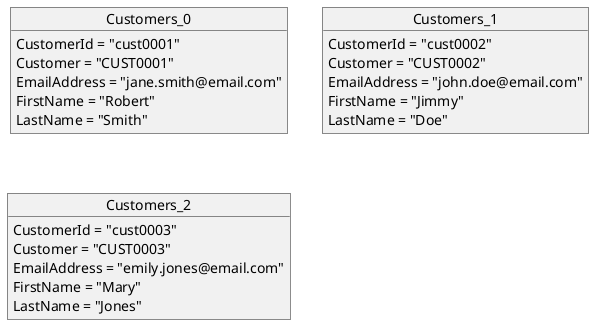
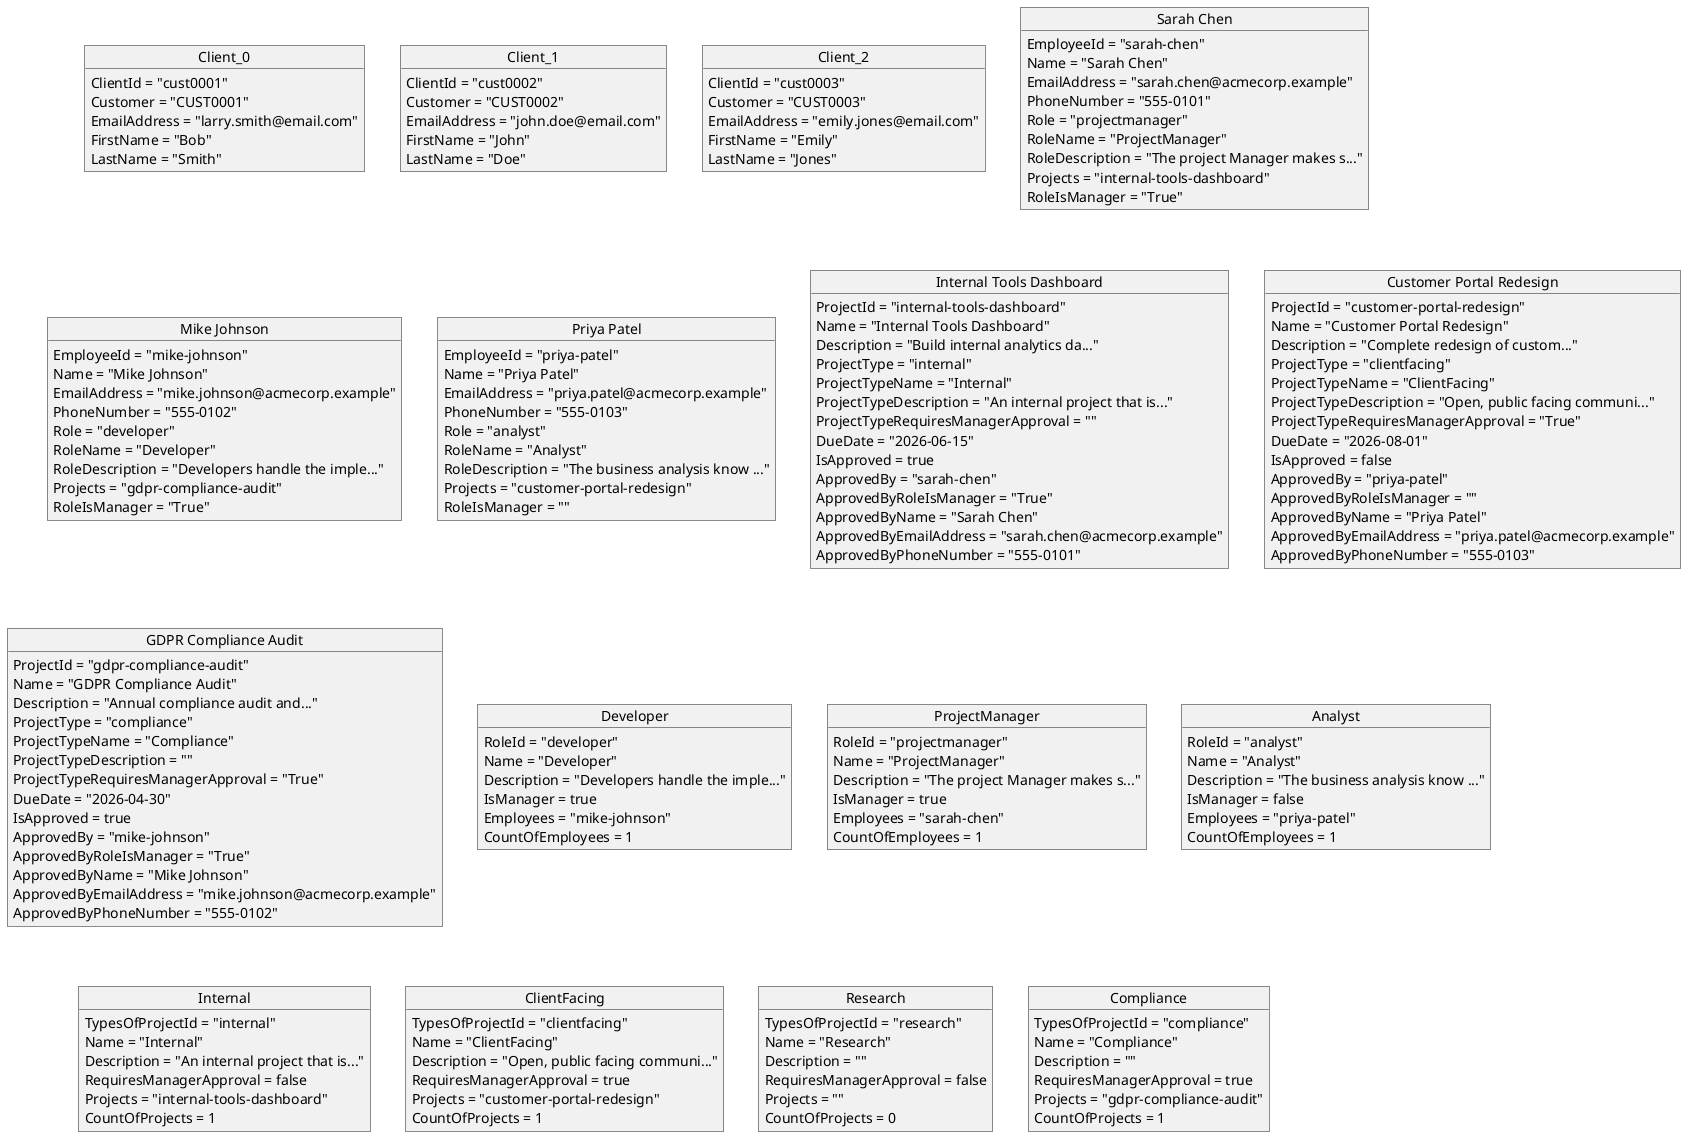
@startuml

- object "Customers_0" as Customers_0 {
-   CustomerId = "cust0001"
+ object "Client_0" as Client_0 {
+   ClientId = "cust0001"
  Customer = "CUST0001"
-   EmailAddress = "jane.smith@email.com"
-   FirstName = "Robert"
+   EmailAddress = "larry.smith@email.com"
+   FirstName = "Bob"
  LastName = "Smith"
}

- object "Customers_1" as Customers_1 {
-   CustomerId = "cust0002"
+ object "Client_1" as Client_1 {
+   ClientId = "cust0002"
  Customer = "CUST0002"
  EmailAddress = "john.doe@email.com"
-   FirstName = "Jimmy"
+   FirstName = "John"
  LastName = "Doe"
}

- object "Customers_2" as Customers_2 {
-   CustomerId = "cust0003"
+ object "Client_2" as Client_2 {
+   ClientId = "cust0003"
  Customer = "CUST0003"
  EmailAddress = "emily.jones@email.com"
-   FirstName = "Mary"
+   FirstName = "Emily"
  LastName = "Jones"
}

+ object "Sarah Chen" as Employees_0 {
+   EmployeeId = "sarah-chen"
+   Name = "Sarah Chen"
+   EmailAddress = "sarah.chen@acmecorp.example"
+   PhoneNumber = "555-0101"
+   Role = "projectmanager"
+   RoleName = "ProjectManager"
+   RoleDescription = "The project Manager makes s..."
+   Projects = "internal-tools-dashboard"
+   RoleIsManager = "True"
+ }
+ 
+ object "Mike Johnson" as Employees_1 {
+   EmployeeId = "mike-johnson"
+   Name = "Mike Johnson"
+   EmailAddress = "mike.johnson@acmecorp.example"
+   PhoneNumber = "555-0102"
+   Role = "developer"
+   RoleName = "Developer"
+   RoleDescription = "Developers handle the imple..."
+   Projects = "gdpr-compliance-audit"
+   RoleIsManager = "True"
+ }
+ 
+ object "Priya Patel" as Employees_2 {
+   EmployeeId = "priya-patel"
+   Name = "Priya Patel"
+   EmailAddress = "priya.patel@acmecorp.example"
+   PhoneNumber = "555-0103"
+   Role = "analyst"
+   RoleName = "Analyst"
+   RoleDescription = "The business analysis know ..."
+   Projects = "customer-portal-redesign"
+   RoleIsManager = ""
+ }
+ 
+ object "Internal Tools Dashboard" as Projects_0 {
+   ProjectId = "internal-tools-dashboard"
+   Name = "Internal Tools Dashboard"
+   Description = "Build internal analytics da..."
+   ProjectType = "internal"
+   ProjectTypeName = "Internal"
+   ProjectTypeDescription = "An internal project that is..."
+   ProjectTypeRequiresManagerApproval = ""
+   DueDate = "2026-06-15"
+   IsApproved = true
+   ApprovedBy = "sarah-chen"
+   ApprovedByRoleIsManager = "True"
+   ApprovedByName = "Sarah Chen"
+   ApprovedByEmailAddress = "sarah.chen@acmecorp.example"
+   ApprovedByPhoneNumber = "555-0101"
+ }
+ 
+ object "Customer Portal Redesign" as Projects_1 {
+   ProjectId = "customer-portal-redesign"
+   Name = "Customer Portal Redesign"
+   Description = "Complete redesign of custom..."
+   ProjectType = "clientfacing"
+   ProjectTypeName = "ClientFacing"
+   ProjectTypeDescription = "Open, public facing communi..."
+   ProjectTypeRequiresManagerApproval = "True"
+   DueDate = "2026-08-01"
+   IsApproved = false
+   ApprovedBy = "priya-patel"
+   ApprovedByRoleIsManager = ""
+   ApprovedByName = "Priya Patel"
+   ApprovedByEmailAddress = "priya.patel@acmecorp.example"
+   ApprovedByPhoneNumber = "555-0103"
+ }
+ 
+ object "GDPR Compliance Audit" as Projects_2 {
+   ProjectId = "gdpr-compliance-audit"
+   Name = "GDPR Compliance Audit"
+   Description = "Annual compliance audit and..."
+   ProjectType = "compliance"
+   ProjectTypeName = "Compliance"
+   ProjectTypeDescription = ""
+   ProjectTypeRequiresManagerApproval = "True"
+   DueDate = "2026-04-30"
+   IsApproved = true
+   ApprovedBy = "mike-johnson"
+   ApprovedByRoleIsManager = "True"
+   ApprovedByName = "Mike Johnson"
+   ApprovedByEmailAddress = "mike.johnson@acmecorp.example"
+   ApprovedByPhoneNumber = "555-0102"
+ }
+ 
+ object "Developer" as Roles_0 {
+   RoleId = "developer"
+   Name = "Developer"
+   Description = "Developers handle the imple..."
+   IsManager = true
+   Employees = "mike-johnson"
+   CountOfEmployees = 1
+ }
+ 
+ object "ProjectManager" as Roles_1 {
+   RoleId = "projectmanager"
+   Name = "ProjectManager"
+   Description = "The project Manager makes s..."
+   IsManager = true
+   Employees = "sarah-chen"
+   CountOfEmployees = 1
+ }
+ 
+ object "Analyst" as Roles_2 {
+   RoleId = "analyst"
+   Name = "Analyst"
+   Description = "The business analysis know ..."
+   IsManager = false
+   Employees = "priya-patel"
+   CountOfEmployees = 1
+ }
+ 
+ object "Internal" as TypesOfProject_0 {
+   TypesOfProjectId = "internal"
+   Name = "Internal"
+   Description = "An internal project that is..."
+   RequiresManagerApproval = false
+   Projects = "internal-tools-dashboard"
+   CountOfProjects = 1
+ }
+ 
+ object "ClientFacing" as TypesOfProject_1 {
+   TypesOfProjectId = "clientfacing"
+   Name = "ClientFacing"
+   Description = "Open, public facing communi..."
+   RequiresManagerApproval = true
+   Projects = "customer-portal-redesign"
+   CountOfProjects = 1
+ }
+ 
+ object "Research" as TypesOfProject_2 {
+   TypesOfProjectId = "research"
+   Name = "Research"
+   Description = ""
+   RequiresManagerApproval = false
+   Projects = ""
+   CountOfProjects = 0
+ }
+ 
+ object "Compliance" as TypesOfProject_3 {
+   TypesOfProjectId = "compliance"
+   Name = "Compliance"
+   Description = ""
+   RequiresManagerApproval = true
+   Projects = "gdpr-compliance-audit"
+   CountOfProjects = 1
+ }
+ 
@enduml